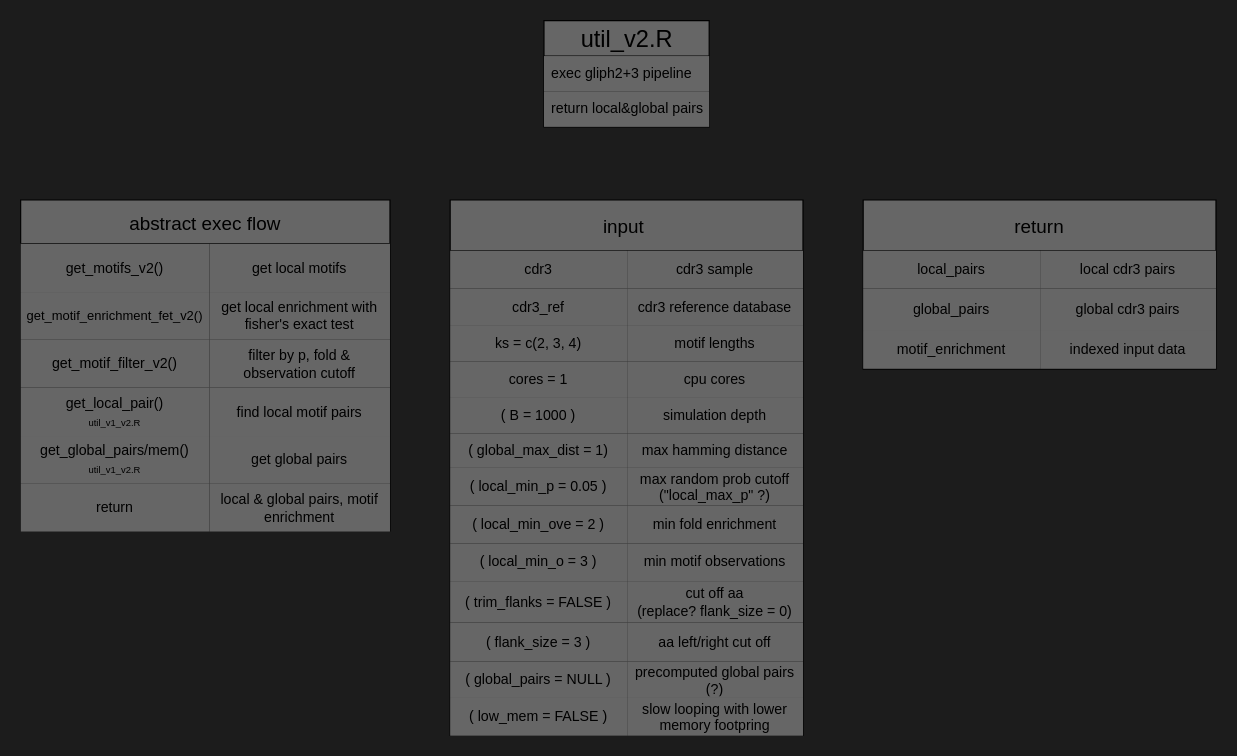
Above: page "util_v2.R" (3 of 4) of test_scripts/UMLish_analysis/gliphR.drawio in snaketron/ClustIRR (draw.io), before the change. Source tidied: cells renumbered, new cells numbered last; positions are measured from the earlier drawing's top-left corner, leaving out a move shared by most shapes. Both pictures are drawn from the tidied source at 118%, with x=0, y=0 at pixel (20, 20).
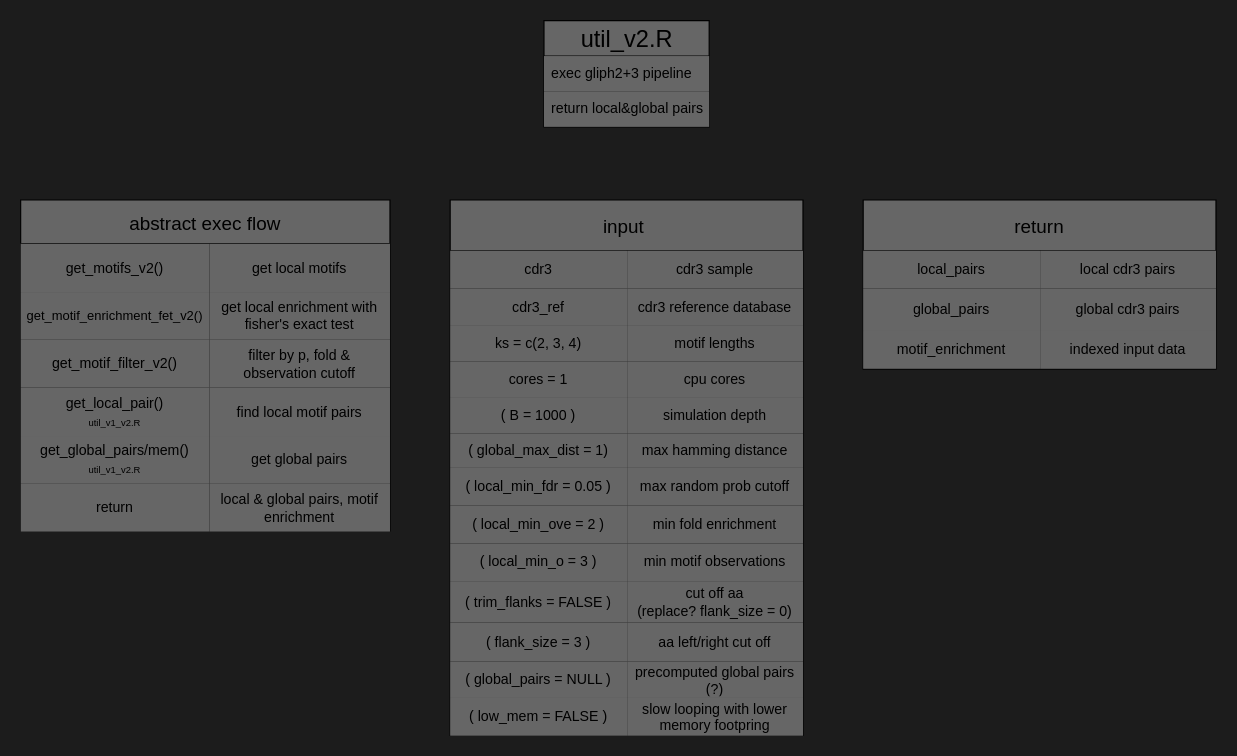
Above is the later version.

The change refers to these unchanged cells:
```xml
<mxCell id="43" style="shape=tableRow;horizontal=0;startSize=0;swimlaneHead=0;swimlaneBody=0;strokeColor=inherit;top=0;left=0;bottom=0;right=0;fillColor=none;fontSize=16;" parent="24" vertex="1">
  <mxGeometry y="227" width="299" height="32" as="geometry" />
</mxCell>
```

What changed in the source:
```diff
@@
-    <mxCell id="44" value="( local_min_p = 0.05 )" style="shape=partialRectangle;html=1;whiteSpace=wrap;strokeColor=inherit;overflow=hidden;fillColor=#666666;top=0;left=0;bottom=0;right=0;fontSize=12;" parent="43" vertex="1">
+    <mxCell id="44" value="( local_min_fdr = 0.05 )" style="shape=partialRectangle;html=1;whiteSpace=wrap;strokeColor=inherit;overflow=hidden;fillColor=#666666;top=0;left=0;bottom=0;right=0;fontSize=12;" parent="43" vertex="1">
       <mxGeometry width="150" height="32" as="geometry" />
     </mxCell>
-    <mxCell id="45" value="max random prob cutoff&lt;br&gt;(&quot;local_max_p&quot; ?)" style="shape=partialRectangle;html=1;whiteSpace=wrap;strokeColor=inherit;overflow=hidden;fillColor=#666666;top=0;left=0;bottom=0;right=0;fontSize=12;" parent="43" vertex="1">
+    <mxCell id="45" value="max random prob cutoff" style="shape=partialRectangle;html=1;whiteSpace=wrap;strokeColor=inherit;overflow=hidden;fillColor=#666666;top=0;left=0;bottom=0;right=0;fontSize=12;" parent="43" vertex="1">
       <mxGeometry x="150" width="149" height="32" as="geometry" />
     </mxCell>
```
